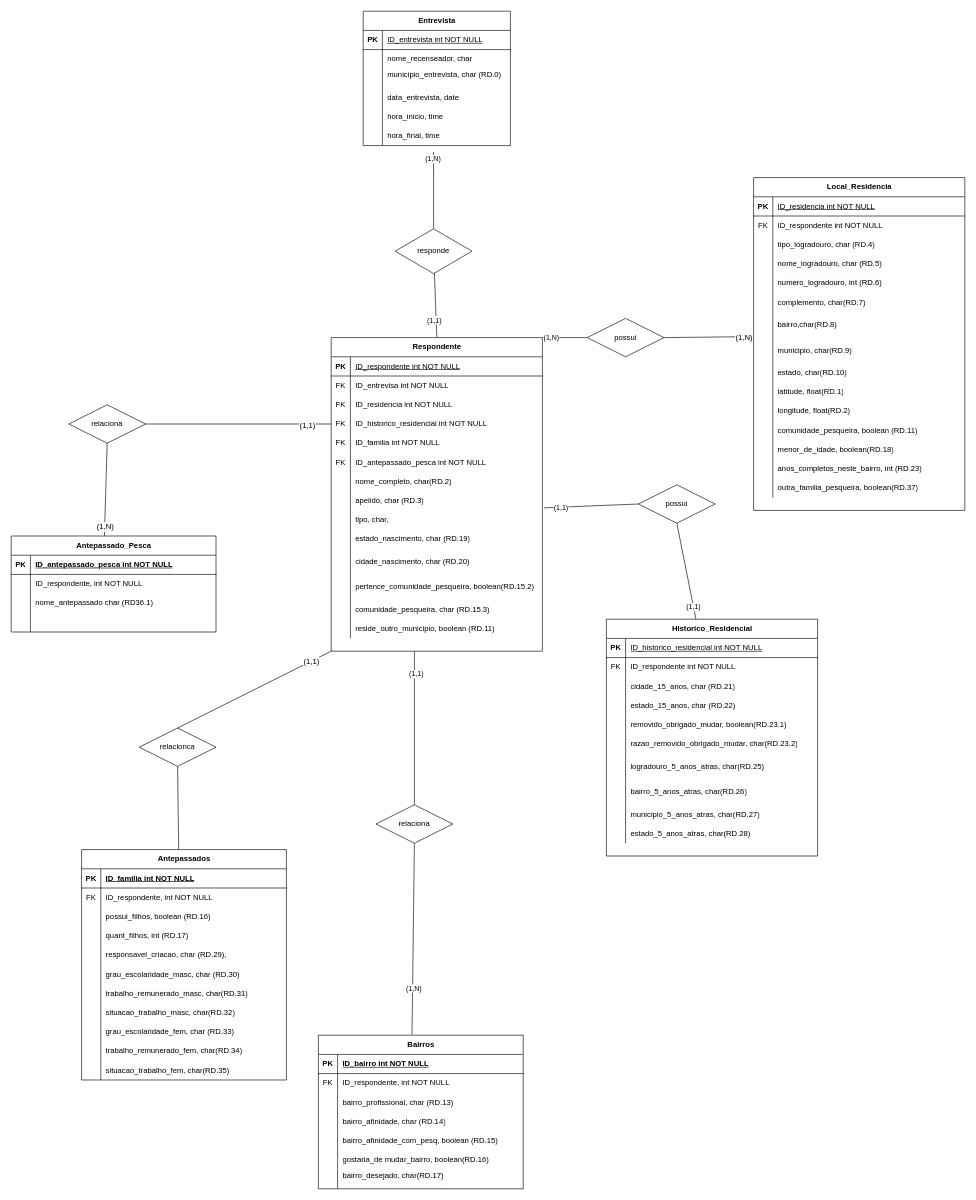
The draw.io diagram mer_1.drawio in larisard/mer, before the edit. Source tidied: cells renumbered, new cells numbered last; positions are measured from the earlier drawing's top-left corner, leaving out a move shared by most shapes. Both pictures are drawn from the tidied source at 64%, with x=0, y=0 at pixel (11, 11).
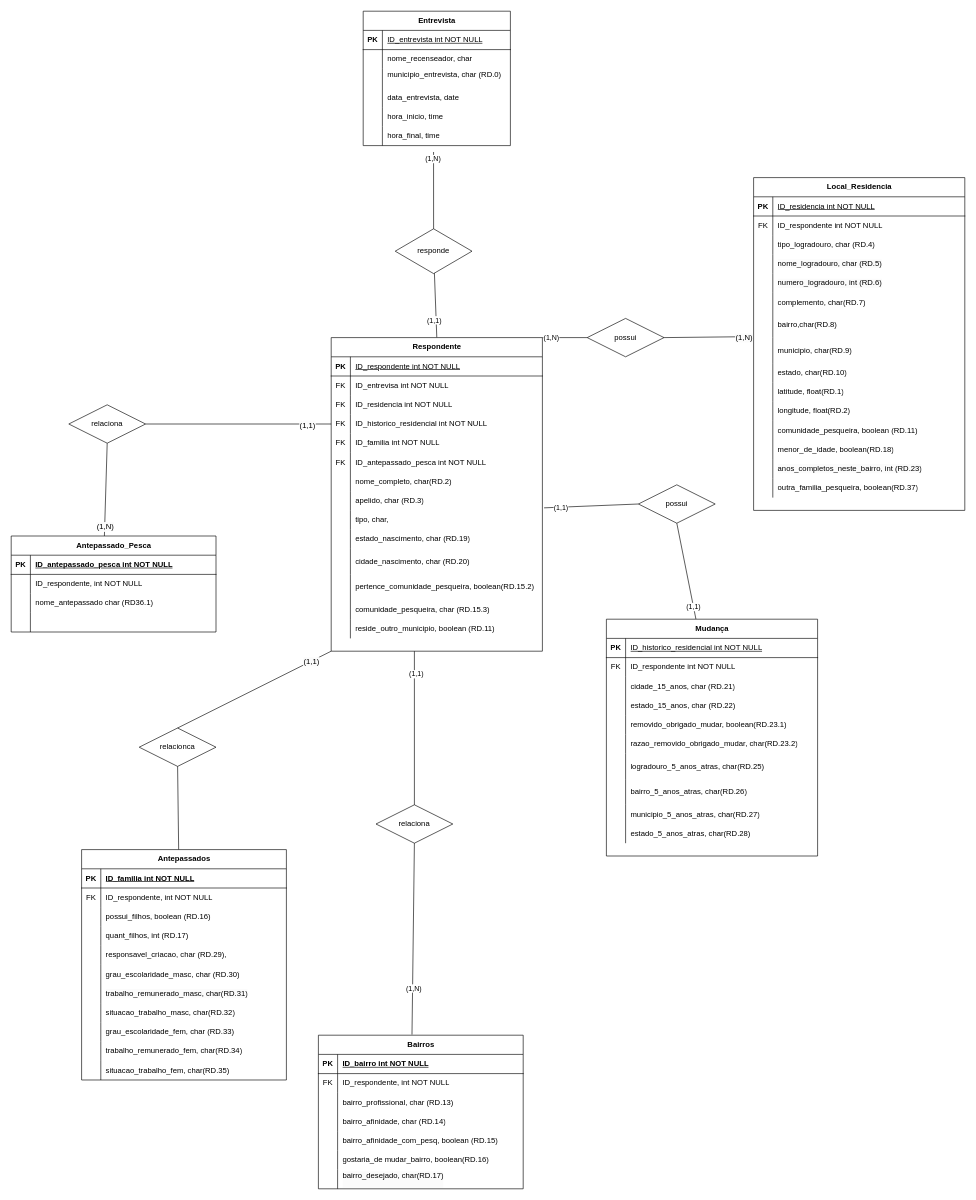
Above is the later version.

Change to the diagram source:
```diff
@@
-    <mxCell id="162" value="Historico_Residencial" style="shape=table;startSize=30;childLayout=tableLayout;rowLines=0;fontStyle=1;align=center;html=1;" parent="1" vertex="1">
+    <mxCell id="162" value="Mudança" style="shape=table;startSize=30;childLayout=tableLayout;rowLines=0;fontStyle=1;align=center;html=1;" parent="1" vertex="1">
       <mxGeometry x="930" y="950" width="330" height="370" as="geometry" />
     </mxCell>
```
